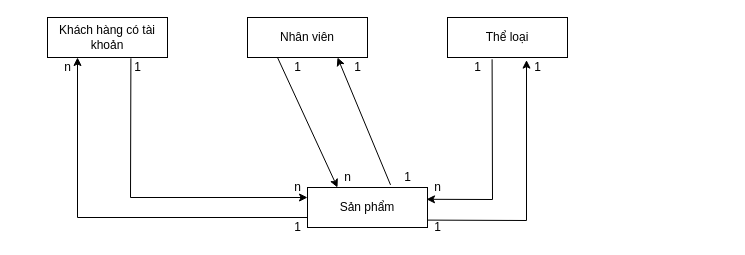
Seotow/firstproject keeps this draw.io diagram as Untitled Diagram.drawio. Above is the earlier version. Source tidied: cells renumbered, new cells numbered last; positions are measured from the earlier drawing's top-left corner, leaving out a move shared by most shapes. Both pictures are drawn from the tidied source at 100%, with x=0, y=0 at pixel (47, 17).
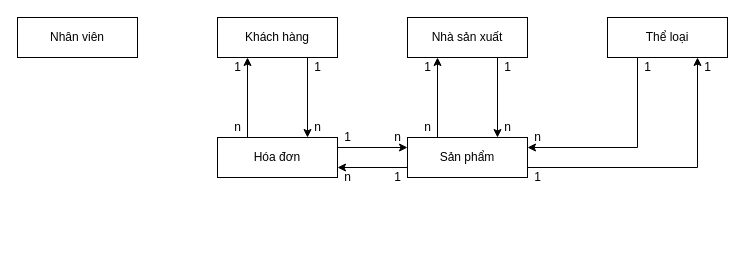
The same diagram, later.

The edit, as a diff of the source:
```diff
@@
-    <mxCell id="2" value="Khách hàng có tài khoản" style="rounded=0;whiteSpace=wrap;html=1;" parent="1" vertex="1">
-      <mxGeometry width="120" height="40" as="geometry" />
+    <mxCell id="2" value="Khách hàng" style="rounded=0;whiteSpace=wrap;html=1;" parent="1" vertex="1">
+      <mxGeometry x="170" width="120" height="40" as="geometry" />
     </mxCell>
     <mxCell id="3" value="Nhân viên" style="rounded=0;whiteSpace=wrap;html=1;" parent="1" vertex="1">
-      <mxGeometry x="200" width="120" height="40" as="geometry" />
+      <mxGeometry x="-30" width="120" height="40" as="geometry" />
     </mxCell>
     <mxCell id="4" value="Thể loại" style="rounded=0;whiteSpace=wrap;html=1;" parent="1" vertex="1">
-      <mxGeometry x="400" width="120" height="40" as="geometry" />
+      <mxGeometry x="560" width="120" height="40" as="geometry" />
     </mxCell>
     <mxCell id="5" value="Sản phẩm" style="rounded=0;whiteSpace=wrap;html=1;" parent="1" vertex="1">
-      <mxGeometry x="260" y="170" width="120" height="40" as="geometry" />
+      <mxGeometry x="360" y="120" width="120" height="40" as="geometry" />
     </mxCell>
-    <mxCell id="6" style="endArrow=classic;html=1;rounded=0;entryX=0.25;entryY=0;entryDx=0;entryDy=0;exitX=0.25;exitY=1;exitDx=0;exitDy=0;" parent="1" edge="1" source="3" target="5">
-      <mxGeometry relative="1" as="geometry" />
-    </mxCell>
-    <mxCell id="7" value="1" style="text;html=1;align=center;verticalAlign=middle;strokeColor=none;fillColor=none;" parent="1" vertex="1">
-      <mxGeometry x="240" y="40" width="20" height="20" as="geometry" />
-    </mxCell>
+    <mxCell id="24" value="Nhà sản xuất" style="rounded=0;whiteSpace=wrap;html=1;" parent="1" vertex="1">
+      <mxGeometry x="360" width="120" height="40" as="geometry" />
+    </mxCell>
+    <mxCell id="25" value="Hóa đơn" style="rounded=0;whiteSpace=wrap;html=1;" parent="1" vertex="1">
+      <mxGeometry x="170" y="120" width="120" height="40" as="geometry" />
+    </mxCell>
+    <mxCell id="26" style="endArrow=classic;html=1;rounded=0;exitX=0.25;exitY=0;exitDx=0;exitDy=0;entryX=0.25;entryY=1;entryDx=0;entryDy=0;" parent="1" edge="1" source="25" target="2">
+      <mxGeometry relative="1" as="geometry" />
+    </mxCell>
+    <mxCell id="27" style="endArrow=classic;html=1;rounded=0;exitX=0.75;exitY=1;exitDx=0;exitDy=0;" parent="1" edge="1" source="2">
+      <mxGeometry relative="1" as="geometry">
+        <mxPoint x="260" y="120" as="targetPoint" />
+      </mxGeometry>
+    </mxCell>
+    <mxCell id="28" value="1" style="text;html=1;align=center;verticalAlign=middle;strokeColor=none;fillColor=none;" parent="1" vertex="1">
+      <mxGeometry x="180" y="40" width="20" height="20" as="geometry" />
+    </mxCell>
+    <mxCell id="29" value="n" style="text;html=1;align=center;verticalAlign=middle;strokeColor=none;fillColor=none;" parent="1" vertex="1">
+      <mxGeometry x="180" y="100" width="20" height="20" as="geometry" />
+    </mxCell>
+    <mxCell id="30" value="n" style="text;html=1;align=center;verticalAlign=middle;strokeColor=none;fillColor=none;" parent="1" vertex="1">
+      <mxGeometry x="260" y="100" width="20" height="20" as="geometry" />
+    </mxCell>
+    <mxCell id="31" value="1" style="text;html=1;align=center;verticalAlign=middle;strokeColor=none;fillColor=none;" parent="1" vertex="1">
+      <mxGeometry x="260" y="40" width="20" height="20" as="geometry" />
+    </mxCell>
+    <mxCell id="32" style="endArrow=classic;html=1;rounded=0;exitX=0.75;exitY=1;exitDx=0;exitDy=0;" parent="1" edge="1">
+      <mxGeometry relative="1" as="geometry">
+        <mxPoint x="450" y="40" as="sourcePoint" />
+        <mxPoint x="450" y="120" as="targetPoint" />
+      </mxGeometry>
+    </mxCell>
+    <mxCell id="33" style="endArrow=classic;html=1;rounded=0;exitX=0.25;exitY=0;exitDx=0;exitDy=0;entryX=0.25;entryY=1;entryDx=0;entryDy=0;" parent="1" edge="1">
+      <mxGeometry relative="1" as="geometry">
+        <mxPoint x="390" y="120" as="sourcePoint" />
+        <mxPoint x="390" y="40" as="targetPoint" />
+      </mxGeometry>
+    </mxCell>
+    <mxCell id="34" value="1" style="text;html=1;align=center;verticalAlign=middle;strokeColor=none;fillColor=none;" parent="1" vertex="1">
+      <mxGeometry x="450" y="40" width="20" height="20" as="geometry" />
+    </mxCell>
+    <mxCell id="35" value="n" style="text;html=1;align=center;verticalAlign=middle;strokeColor=none;fillColor=none;" parent="1" vertex="1">
+      <mxGeometry x="450" y="100" width="20" height="20" as="geometry" />
+    </mxCell>
+    <mxCell id="36" value="1" style="text;html=1;align=center;verticalAlign=middle;strokeColor=none;fillColor=none;" parent="1" vertex="1">
+      <mxGeometry x="370" y="40" width="20" height="20" as="geometry" />
+    </mxCell>
+    <mxCell id="37" value="n" style="text;html=1;align=center;verticalAlign=middle;strokeColor=none;fillColor=none;" parent="1" vertex="1">
+      <mxGeometry x="370" y="100" width="20" height="20" as="geometry" />
+    </mxCell>
+    <mxCell id="38" style="endArrow=classic;html=1;rounded=0;entryX=1;entryY=0.25;entryDx=0;entryDy=0;exitX=0.25;exitY=1;exitDx=0;exitDy=0;" parent="1" edge="1" source="4" target="5">
+      <mxGeometry relative="1" as="geometry">
+        <Array as="points">
+          <mxPoint x="590" y="130" />
+        </Array>
+      </mxGeometry>
+    </mxCell>
+    <mxCell id="39" value="1" style="text;html=1;align=center;verticalAlign=middle;strokeColor=none;fillColor=none;" parent="1" vertex="1">
+      <mxGeometry x="590" y="40" width="20" height="20" as="geometry" />
+    </mxCell>
+    <mxCell id="40" value="n" style="text;html=1;align=center;verticalAlign=middle;strokeColor=none;fillColor=none;" parent="1" vertex="1">
+      <mxGeometry x="480" y="110" width="20" height="20" as="geometry" />
+    </mxCell>
+    <mxCell id="41" style="endArrow=classic;html=1;rounded=0;entryX=0.75;entryY=1;entryDx=0;entryDy=0;exitX=1;exitY=0.75;exitDx=0;exitDy=0;" parent="1" edge="1" source="5" target="4">
+      <mxGeometry relative="1" as="geometry">
+        <Array as="points">
+          <mxPoint x="650" y="150" />
+        </Array>
+      </mxGeometry>
+    </mxCell>
+    <mxCell id="42" value="1" style="text;html=1;align=center;verticalAlign=middle;strokeColor=none;fillColor=none;" parent="1" vertex="1">
+      <mxGeometry x="480" y="150" width="20" height="20" as="geometry" />
+    </mxCell>
+    <mxCell id="43" value="1" style="text;html=1;align=center;verticalAlign=middle;strokeColor=none;fillColor=none;" parent="1" vertex="1">
+      <mxGeometry x="650" y="40" width="20" height="20" as="geometry" />
+    </mxCell>
+    <mxCell id="44" style="endArrow=classic;html=1;rounded=0;exitX=1;exitY=0.25;exitDx=0;exitDy=0;entryX=0;entryY=0.25;entryDx=0;entryDy=0;" parent="1" edge="1" source="25" target="5">
+      <mxGeometry relative="1" as="geometry" />
+    </mxCell>
+    <mxCell id="45" value="1" style="text;html=1;align=center;verticalAlign=middle;strokeColor=none;fillColor=none;" parent="1" vertex="1">
+      <mxGeometry x="290" y="110" width="20" height="20" as="geometry" />
+    </mxCell>
+    <mxCell id="46" value="n" style="text;html=1;align=center;verticalAlign=middle;strokeColor=none;fillColor=none;" parent="1" vertex="1">
+      <mxGeometry x="340" y="110" width="20" height="20" as="geometry" />
+    </mxCell>
@@
-    <mxCell id="9" style="endArrow=classic;html=1;rounded=0;entryX=0.75;entryY=1;entryDx=0;entryDy=0;exitX=0.692;exitY=-0.065;exitDx=0;exitDy=0;exitPerimeter=0;" parent="1" edge="1" source="5" target="3">
-      <mxGeometry relative="1" as="geometry" />
-    </mxCell>
-    <mxCell id="10" value="1" style="text;html=1;align=center;verticalAlign=middle;strokeColor=none;fillColor=none;" parent="1" vertex="1">
-      <mxGeometry x="300" y="40" width="20" height="20" as="geometry" />
-    </mxCell>
-    <mxCell id="11" value="1" style="text;html=1;align=center;verticalAlign=middle;strokeColor=none;fillColor=none;" parent="1" vertex="1">
-      <mxGeometry x="350" y="150" width="20" height="20" as="geometry" />
-    </mxCell>
-    <mxCell id="12" value="1" style="text;html=1;align=center;verticalAlign=middle;points=[];strokeColor=none;fillColor=none;" parent="1" vertex="1">
-      <mxGeometry x="420" y="40" width="20" height="20" as="geometry" />
-    </mxCell>
-    <mxCell id="13" value="1" style="text;html=1;align=center;verticalAlign=middle;points=[];strokeColor=none;fillColor=none;" parent="1" vertex="1">
-      <mxGeometry x="480" y="40" width="20" height="20" as="geometry" />
-    </mxCell>
-    <mxCell id="14" value="1" style="text;html=1;align=center;verticalAlign=middle;points=[];strokeColor=none;fillColor=none;" parent="1" vertex="1">
-      <mxGeometry x="380" y="200" width="20" height="20" as="geometry" />
-    </mxCell>
-    <mxCell id="15" value="n" style="text;html=1;align=center;verticalAlign=middle;points=[];strokeColor=none;fillColor=none;" parent="1" vertex="1">
-      <mxGeometry x="380" y="160" width="20" height="20" as="geometry" />
-    </mxCell>
-    <mxCell id="16" style="endArrow=classic;html=1;rounded=0;entryX=-0.05;entryY=0.13;entryDx=0;entryDy=0;entryPerimeter=0;exitX=-0.01;exitY=0.13;exitDx=0;exitDy=0;exitPerimeter=0;" parent="1" edge="1" source="14" target="13">
-      <mxGeometry relative="1" as="geometry">
-        <Array as="points">
-          <mxPoint x="479" y="203" />
-        </Array>
-      </mxGeometry>
-    </mxCell>
-    <mxCell id="17" style="endArrow=classic;html=1;rounded=0;entryX=-0.05;entryY=1.09;entryDx=0;entryDy=0;exitX=1.23;exitY=0.09;exitDx=0;exitDy=0;exitPerimeter=0;entryPerimeter=0;" parent="1" edge="1" source="12" target="15">
-      <mxGeometry relative="1" as="geometry">
-        <Array as="points">
-          <mxPoint x="445" y="182" />
-        </Array>
-      </mxGeometry>
-    </mxCell>
-    <mxCell id="18" style="endArrow=classic;html=1;rounded=0;exitX=0.695;exitY=1.02;exitDx=0;exitDy=0;exitPerimeter=0;entryX=0;entryY=0.25;entryDx=0;entryDy=0;" parent="1" edge="1" source="2" target="5">
-      <mxGeometry relative="1" as="geometry">
-        <Array as="points">
-          <mxPoint x="83" y="180" />
-        </Array>
-      </mxGeometry>
-    </mxCell>
-    <mxCell id="19" style="endArrow=classic;html=1;rounded=0;exitX=0;exitY=0.75;exitDx=0;exitDy=0;entryX=0.25;entryY=1;entryDx=0;entryDy=0;" parent="1" edge="1" source="5" target="2">
-      <mxGeometry relative="1" as="geometry">
-        <Array as="points">
-          <mxPoint x="30" y="200" />
-        </Array>
-      </mxGeometry>
-    </mxCell>
-    <mxCell id="20" value="1" style="text;html=1;align=center;verticalAlign=middle;strokeColor=none;fillColor=none;" parent="1" vertex="1">
-      <mxGeometry x="80" y="40" width="20" height="20" as="geometry" />
-    </mxCell>
-    <mxCell id="21" value="n" style="text;html=1;align=center;verticalAlign=middle;strokeColor=none;fillColor=none;" parent="1" vertex="1">
-      <mxGeometry x="240" y="160" width="20" height="20" as="geometry" />
-    </mxCell>
-    <mxCell id="22" value="1" style="text;html=1;align=center;verticalAlign=middle;strokeColor=none;fillColor=none;" parent="1" vertex="1">
-      <mxGeometry x="240" y="200" width="20" height="20" as="geometry" />
-    </mxCell>
-    <mxCell id="23" value="n" style="text;html=1;align=center;verticalAlign=middle;strokeColor=none;fillColor=none;" parent="1" vertex="1">
-      <mxGeometry x="10" y="40" width="20" height="20" as="geometry" />
-    </mxCell>
+    <mxCell id="47" value="1" style="text;html=1;align=center;verticalAlign=middle;strokeColor=none;fillColor=none;" parent="1" vertex="1">
+      <mxGeometry x="340" y="150" width="20" height="20" as="geometry" />
+    </mxCell>
+    <mxCell id="48" style="endArrow=classic;html=1;rounded=0;entryX=1;entryY=0.75;entryDx=0;entryDy=0;" parent="1" edge="1" target="25">
+      <mxGeometry relative="1" as="geometry">
+        <mxPoint x="360" y="150" as="sourcePoint" />
+      </mxGeometry>
+    </mxCell>
```
